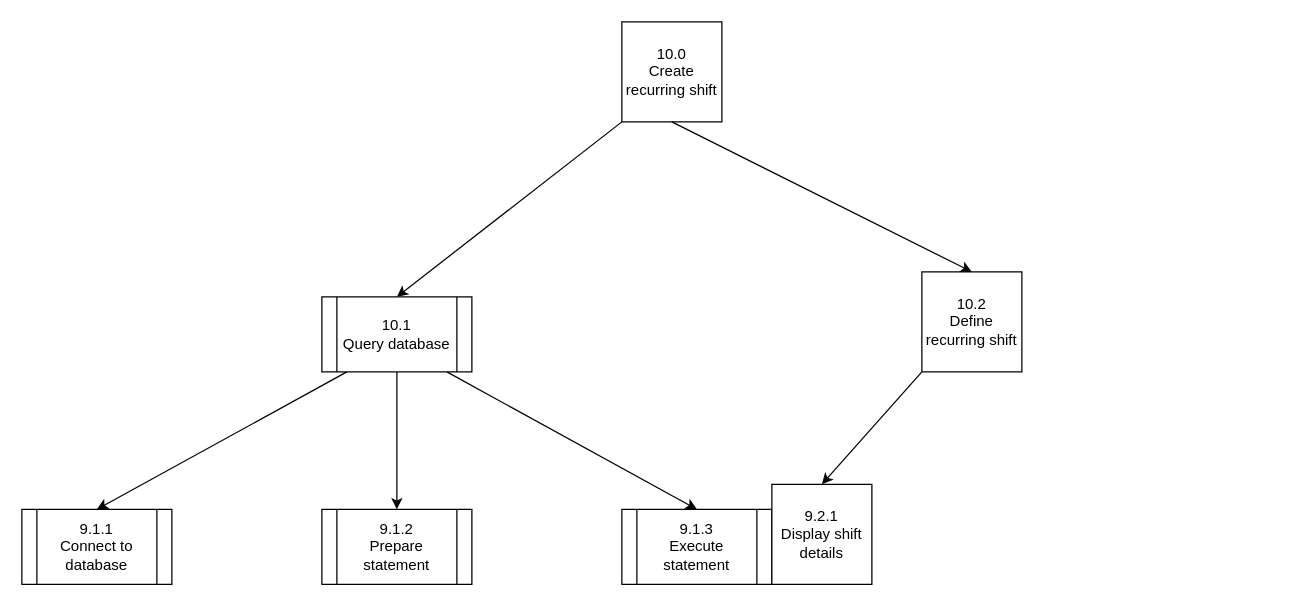
Earlier version of the draw.io diagram Diagrams/StructureCharts/10StructDia.drawio (Harlento/SchedulingSystem). Source tidied: cells renumbered, new cells numbered last; positions are measured from the earlier drawing's top-left corner, leaving out a move shared by most shapes. Both pictures are drawn from the tidied source at 125%, with x=0, y=0 at pixel (21, 21).
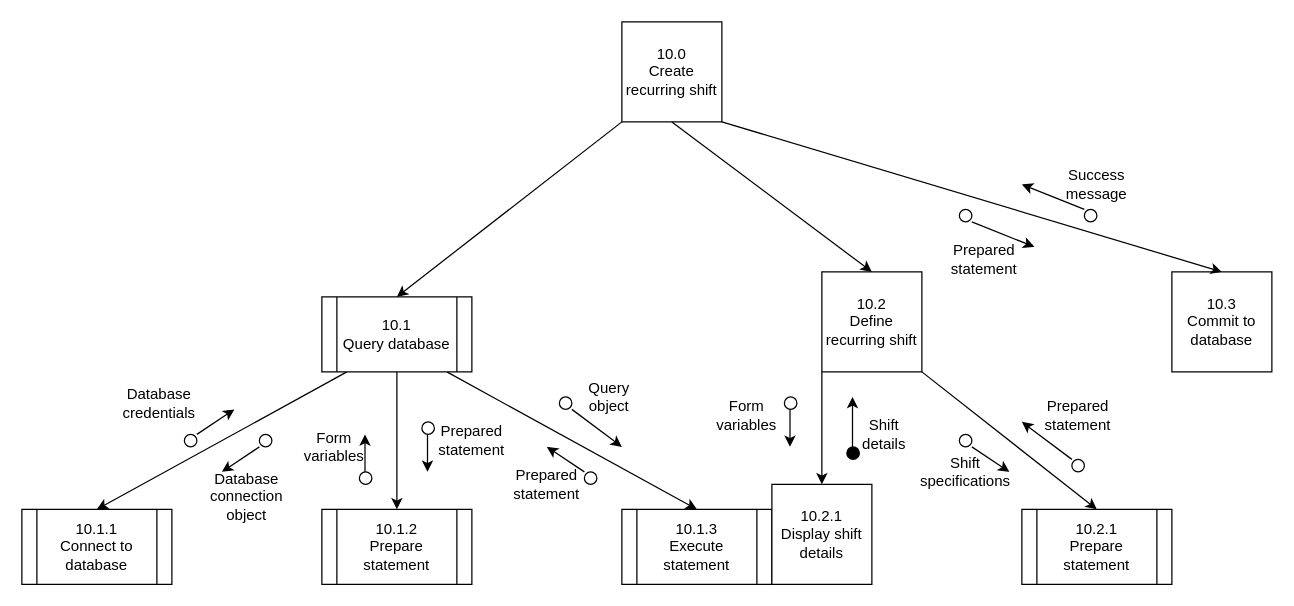
The same page after the edit.

Unchanged cells that the change refers to:
```xml
<mxCell id="2" value="10.0&lt;br&gt;Create recurring shift" style="whiteSpace=wrap;html=1;fillColor=#FFFFFF;" parent="1" vertex="1">
  <mxGeometry x="480" width="80" height="80" as="geometry" />
</mxCell>
```

Change to the diagram source:
```diff
@@
     <mxCell id="3" value="10.2&lt;br&gt;Define recurring shift&lt;br&gt;" style="whiteSpace=wrap;html=1;fillColor=#FFFFFF;" parent="1" vertex="1">
-      <mxGeometry x="720" y="200" width="80" height="80" as="geometry" />
+      <mxGeometry x="640" y="200" width="80" height="80" as="geometry" />
     </mxCell>
-    <mxCell id="4" value="9.1.1&lt;br&gt;Connect to database" style="shape=process;whiteSpace=wrap;html=1;backgroundOutline=1;" parent="1" vertex="1">
+    <mxCell id="4" value="10.1.1&lt;br&gt;Connect to database" style="shape=process;whiteSpace=wrap;html=1;backgroundOutline=1;" parent="1" vertex="1">
       <mxGeometry y="390" width="120" height="60" as="geometry" />
     </mxCell>
-    <mxCell id="5" value="9.1.2&lt;br&gt;Prepare statement" style="shape=process;whiteSpace=wrap;html=1;backgroundOutline=1;" parent="1" vertex="1">
+    <mxCell id="5" value="10.1.2&lt;br&gt;Prepare statement" style="shape=process;whiteSpace=wrap;html=1;backgroundOutline=1;" parent="1" vertex="1">
       <mxGeometry x="240" y="390" width="120" height="60" as="geometry" />
     </mxCell>
@@
-    <mxCell id="9" value="&lt;span style=&quot;white-space: normal&quot;&gt;9.1.3&lt;/span&gt;&lt;br style=&quot;white-space: normal&quot;&gt;&lt;span style=&quot;white-space: normal&quot;&gt;Execute statement&lt;/span&gt;" style="shape=process;whiteSpace=wrap;html=1;backgroundOutline=1;fillColor=#FFFFFF;" parent="1" vertex="1">
+    <mxCell id="9" value="&lt;span style=&quot;white-space: normal&quot;&gt;10.1.3&lt;/span&gt;&lt;br style=&quot;white-space: normal&quot;&gt;&lt;span style=&quot;white-space: normal&quot;&gt;Execute statement&lt;/span&gt;" style="shape=process;whiteSpace=wrap;html=1;backgroundOutline=1;fillColor=#FFFFFF;" parent="1" vertex="1">
       <mxGeometry x="480" y="390" width="120" height="60" as="geometry" />
     </mxCell>
@@
-    <mxCell id="13" value="9.2.1&lt;br&gt;Display shift details" style="whiteSpace=wrap;html=1;" parent="1" vertex="1">
+    <mxCell id="13" value="10.2.1&lt;br&gt;Display shift details" style="whiteSpace=wrap;html=1;" parent="1" vertex="1">
       <mxGeometry x="600" y="370" width="80" height="80" as="geometry" />
     </mxCell>
@@
+    <mxCell id="15" value="10.2.1&lt;br&gt;Prepare statement" style="shape=process;whiteSpace=wrap;html=1;backgroundOutline=1;" parent="1" vertex="1">
+      <mxGeometry x="800" y="390" width="120" height="60" as="geometry" />
+    </mxCell>
+    <mxCell id="16" value="10.3&lt;br&gt;Commit to database" style="whiteSpace=wrap;html=1;" parent="1" vertex="1">
+      <mxGeometry x="920" y="200" width="80" height="80" as="geometry" />
+    </mxCell>
+    <mxCell id="17" style="endArrow=classic;html=1;exitX=1;exitY=1;exitDx=0;exitDy=0;entryX=0.5;entryY=0;entryDx=0;entryDy=0;" parent="1" edge="1" source="2" target="16">
+      <mxGeometry relative="1" as="geometry" />
+    </mxCell>
+    <mxCell id="18" style="endArrow=classic;html=1;entryX=0.5;entryY=0;entryDx=0;entryDy=0;exitX=1;exitY=1;exitDx=0;exitDy=0;" parent="1" edge="1" source="3" target="15">
+      <mxGeometry relative="1" as="geometry" />
+    </mxCell>
+    <mxCell id="19" style="endArrow=classic;html=1;" parent="1" edge="1">
+      <mxGeometry relative="1" as="geometry">
+        <mxPoint x="140" y="330" as="sourcePoint" />
+        <mxPoint x="170" y="310" as="targetPoint" />
+      </mxGeometry>
+    </mxCell>
+    <mxCell id="20" style="ellipse;whiteSpace=wrap;html=1;" parent="1" vertex="1">
+      <mxGeometry x="430" y="300" width="10" height="10" as="geometry" />
+    </mxCell>
+    <mxCell id="21" style="ellipse;whiteSpace=wrap;html=1;" parent="1" vertex="1">
+      <mxGeometry x="450" y="360" width="10" height="10" as="geometry" />
+    </mxCell>
+    <mxCell id="22" style="ellipse;whiteSpace=wrap;html=1;" parent="1" vertex="1">
+      <mxGeometry x="320" y="320" width="10" height="10" as="geometry" />
+    </mxCell>
+    <mxCell id="23" style="ellipse;whiteSpace=wrap;html=1;" parent="1" vertex="1">
+      <mxGeometry x="270" y="360" width="10" height="10" as="geometry" />
+    </mxCell>
+    <mxCell id="24" style="ellipse;whiteSpace=wrap;html=1;" parent="1" vertex="1">
+      <mxGeometry x="190" y="330" width="10" height="10" as="geometry" />
+    </mxCell>
+    <mxCell id="25" style="ellipse;whiteSpace=wrap;html=1;" parent="1" vertex="1">
+      <mxGeometry x="130" y="330" width="10" height="10" as="geometry" />
+    </mxCell>
+    <mxCell id="26" style="endArrow=classic;html=1;" parent="1" edge="1">
+      <mxGeometry relative="1" as="geometry">
+        <mxPoint x="190" y="340" as="sourcePoint" />
+        <mxPoint x="160" y="360" as="targetPoint" />
+      </mxGeometry>
+    </mxCell>
+    <mxCell id="27" style="endArrow=classic;html=1;" parent="1" edge="1">
+      <mxGeometry relative="1" as="geometry">
+        <mxPoint x="274.5" y="360" as="sourcePoint" />
+        <mxPoint x="274.5" y="330" as="targetPoint" />
+      </mxGeometry>
+    </mxCell>
+    <mxCell id="28" style="endArrow=classic;html=1;" parent="1" edge="1">
+      <mxGeometry relative="1" as="geometry">
+        <mxPoint x="324.5" y="330" as="sourcePoint" />
+        <mxPoint x="324.5" y="360" as="targetPoint" />
+      </mxGeometry>
+    </mxCell>
+    <mxCell id="29" style="endArrow=classic;html=1;" parent="1" edge="1">
+      <mxGeometry relative="1" as="geometry">
+        <mxPoint x="450" y="360" as="sourcePoint" />
+        <mxPoint x="420" y="340" as="targetPoint" />
+      </mxGeometry>
+    </mxCell>
+    <mxCell id="30" style="endArrow=classic;html=1;" parent="1" edge="1">
+      <mxGeometry relative="1" as="geometry">
+        <mxPoint x="440" y="310" as="sourcePoint" />
+        <mxPoint x="480" y="340" as="targetPoint" />
+      </mxGeometry>
+    </mxCell>
+    <mxCell id="31" value="Database credentials" style="text;html=1;strokeColor=none;fillColor=none;align=center;verticalAlign=middle;whiteSpace=wrap;rounded=0;" parent="1" vertex="1">
+      <mxGeometry x="90" y="295" width="40" height="20" as="geometry" />
+    </mxCell>
+    <mxCell id="32" value="Database connection object" style="text;html=1;strokeColor=none;fillColor=none;align=center;verticalAlign=middle;whiteSpace=wrap;rounded=0;" parent="1" vertex="1">
+      <mxGeometry x="160" y="370" width="40" height="20" as="geometry" />
+    </mxCell>
+    <mxCell id="33" value="Form variables" style="text;html=1;strokeColor=none;fillColor=none;align=center;verticalAlign=middle;whiteSpace=wrap;rounded=0;" parent="1" vertex="1">
+      <mxGeometry x="230" y="330" width="40" height="20" as="geometry" />
+    </mxCell>
+    <mxCell id="34" value="Prepared statement" style="text;html=1;strokeColor=none;fillColor=none;align=center;verticalAlign=middle;whiteSpace=wrap;rounded=0;" parent="1" vertex="1">
+      <mxGeometry x="340" y="325" width="40" height="20" as="geometry" />
+    </mxCell>
+    <mxCell id="35" value="Prepared statement" style="text;html=1;strokeColor=none;fillColor=none;align=center;verticalAlign=middle;whiteSpace=wrap;rounded=0;" parent="1" vertex="1">
+      <mxGeometry x="400" y="360" width="40" height="20" as="geometry" />
+    </mxCell>
+    <mxCell id="36" value="Query object" style="text;html=1;strokeColor=none;fillColor=none;align=center;verticalAlign=middle;whiteSpace=wrap;rounded=0;" parent="1" vertex="1">
+      <mxGeometry x="450" y="290" width="40" height="20" as="geometry" />
+    </mxCell>
+    <mxCell id="37" style="endArrow=classic;html=1;" parent="1" edge="1">
+      <mxGeometry relative="1" as="geometry">
+        <mxPoint x="614.5" y="310" as="sourcePoint" />
+        <mxPoint x="614.5" y="340" as="targetPoint" />
+      </mxGeometry>
+    </mxCell>
+    <mxCell id="38" style="ellipse;whiteSpace=wrap;html=1;" parent="1" vertex="1">
+      <mxGeometry x="610" y="300" width="10" height="10" as="geometry" />
+    </mxCell>
+    <mxCell id="39" value="Form variables" style="text;html=1;strokeColor=none;fillColor=none;align=center;verticalAlign=middle;whiteSpace=wrap;rounded=0;" parent="1" vertex="1">
+      <mxGeometry x="560" y="305" width="40" height="20" as="geometry" />
+    </mxCell>
+    <mxCell id="40" style="endArrow=classic;html=1;" parent="1" edge="1">
+      <mxGeometry relative="1" as="geometry">
+        <mxPoint x="664.5" y="340" as="sourcePoint" />
+        <mxPoint x="664.5" y="300" as="targetPoint" />
+      </mxGeometry>
+    </mxCell>
+    <mxCell id="41" style="ellipse;whiteSpace=wrap;html=1;fillColor=#000000;" parent="1" vertex="1">
+      <mxGeometry x="660" y="340" width="10" height="10" as="geometry" />
+    </mxCell>
+    <mxCell id="42" value="Shift details" style="text;html=1;strokeColor=none;fillColor=none;align=center;verticalAlign=middle;whiteSpace=wrap;rounded=0;" parent="1" vertex="1">
+      <mxGeometry x="670" y="320" width="40" height="20" as="geometry" />
+    </mxCell>
+    <mxCell id="43" style="endArrow=classic;html=1;" parent="1" edge="1">
+      <mxGeometry relative="1" as="geometry">
+        <mxPoint x="760" y="340" as="sourcePoint" />
+        <mxPoint x="790" y="360" as="targetPoint" />
+      </mxGeometry>
+    </mxCell>
+    <mxCell id="44" style="ellipse;whiteSpace=wrap;html=1;" parent="1" vertex="1">
+      <mxGeometry x="750" y="330" width="10" height="10" as="geometry" />
+    </mxCell>
+    <mxCell id="45" style="ellipse;whiteSpace=wrap;html=1;" parent="1" vertex="1">
+      <mxGeometry x="840" y="350" width="10" height="10" as="geometry" />
+    </mxCell>
+    <mxCell id="46" style="endArrow=classic;html=1;" parent="1" edge="1">
+      <mxGeometry relative="1" as="geometry">
+        <mxPoint x="840" y="350" as="sourcePoint" />
+        <mxPoint x="800" y="320" as="targetPoint" />
+      </mxGeometry>
+    </mxCell>
+    <mxCell id="47" value="Shift specifications" style="text;html=1;strokeColor=none;fillColor=none;align=center;verticalAlign=middle;whiteSpace=wrap;rounded=0;" parent="1" vertex="1">
+      <mxGeometry x="735" y="350" width="40" height="20" as="geometry" />
+    </mxCell>
+    <mxCell id="48" value="Prepared statement" style="text;html=1;strokeColor=none;fillColor=none;align=center;verticalAlign=middle;whiteSpace=wrap;rounded=0;" parent="1" vertex="1">
+      <mxGeometry x="825" y="305" width="40" height="20" as="geometry" />
+    </mxCell>
+    <mxCell id="49" value="Prepared statement" style="text;html=1;strokeColor=none;fillColor=none;align=center;verticalAlign=middle;whiteSpace=wrap;rounded=0;" parent="1" vertex="1">
+      <mxGeometry x="750" y="180" width="40" height="20" as="geometry" />
+    </mxCell>
+    <mxCell id="50" value="Success message" style="text;html=1;strokeColor=none;fillColor=none;align=center;verticalAlign=middle;whiteSpace=wrap;rounded=0;" parent="1" vertex="1">
+      <mxGeometry x="840" y="120" width="40" height="20" as="geometry" />
+    </mxCell>
+    <mxCell id="51" style="endArrow=classic;html=1;strokeWidth=1;" parent="1" edge="1">
+      <mxGeometry relative="1" as="geometry">
+        <mxPoint x="760" y="160" as="sourcePoint" />
+        <mxPoint x="810" y="180" as="targetPoint" />
+      </mxGeometry>
+    </mxCell>
+    <mxCell id="52" style="endArrow=classic;html=1;strokeWidth=1;" parent="1" edge="1">
+      <mxGeometry relative="1" as="geometry">
+        <mxPoint x="850" y="150" as="sourcePoint" />
+        <mxPoint x="800" y="130" as="targetPoint" />
+      </mxGeometry>
+    </mxCell>
+    <mxCell id="53" style="ellipse;whiteSpace=wrap;html=1;" parent="1" vertex="1">
+      <mxGeometry x="750" y="150" width="10" height="10" as="geometry" />
+    </mxCell>
+    <mxCell id="54" style="ellipse;whiteSpace=wrap;html=1;" parent="1" vertex="1">
+      <mxGeometry x="850" y="150" width="10" height="10" as="geometry" />
+    </mxCell>
```
